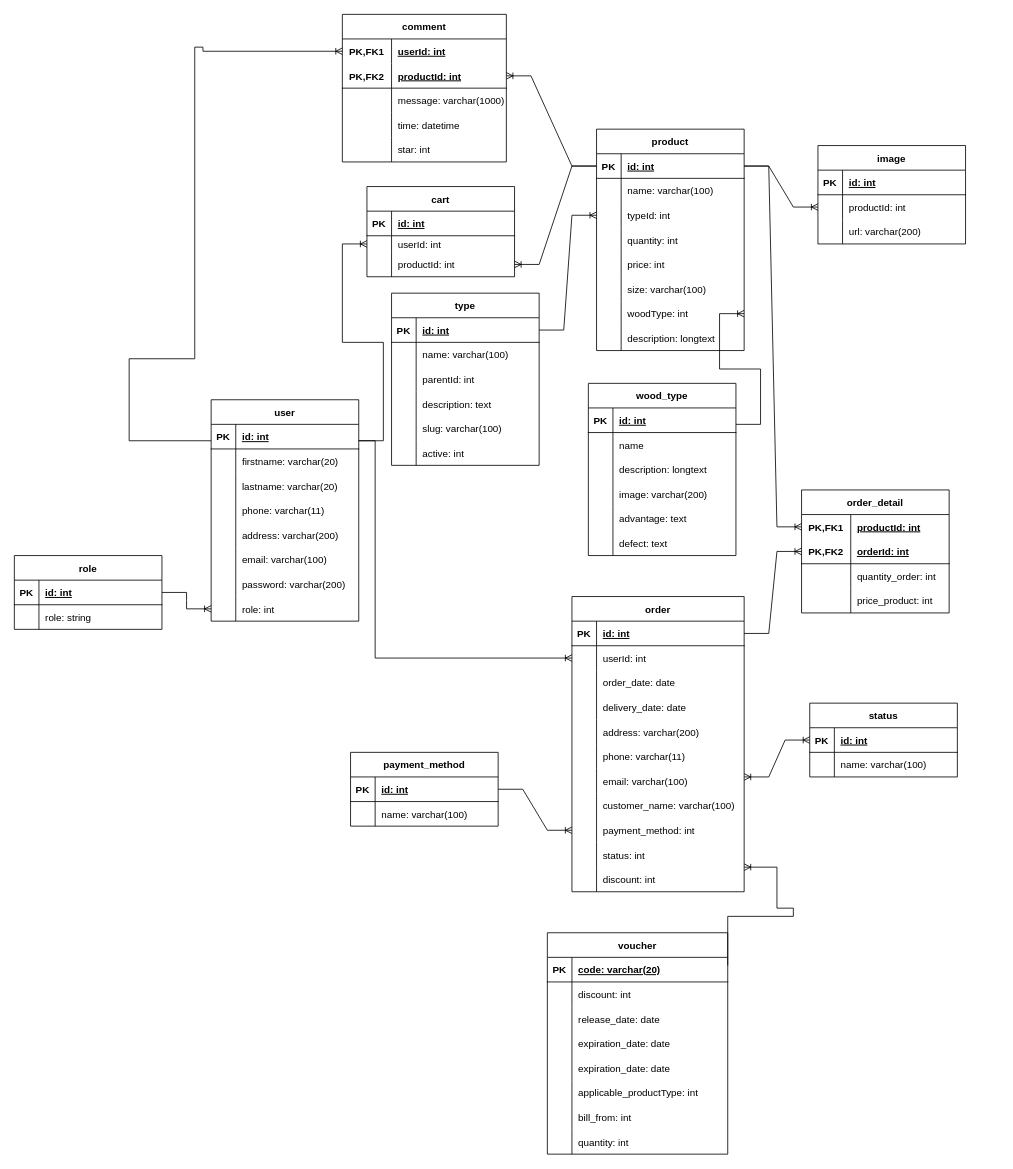
Above: MocPhuc.drawio in phanphuc2210/MocPhuc_Angular (draw.io), before the change. Source tidied: cells renumbered, new cells numbered last; positions are measured from the earlier drawing's top-left corner, leaving out a move shared by most shapes. Both pictures are drawn from the tidied source at 82%, with x=0, y=0 at pixel (14, 14).
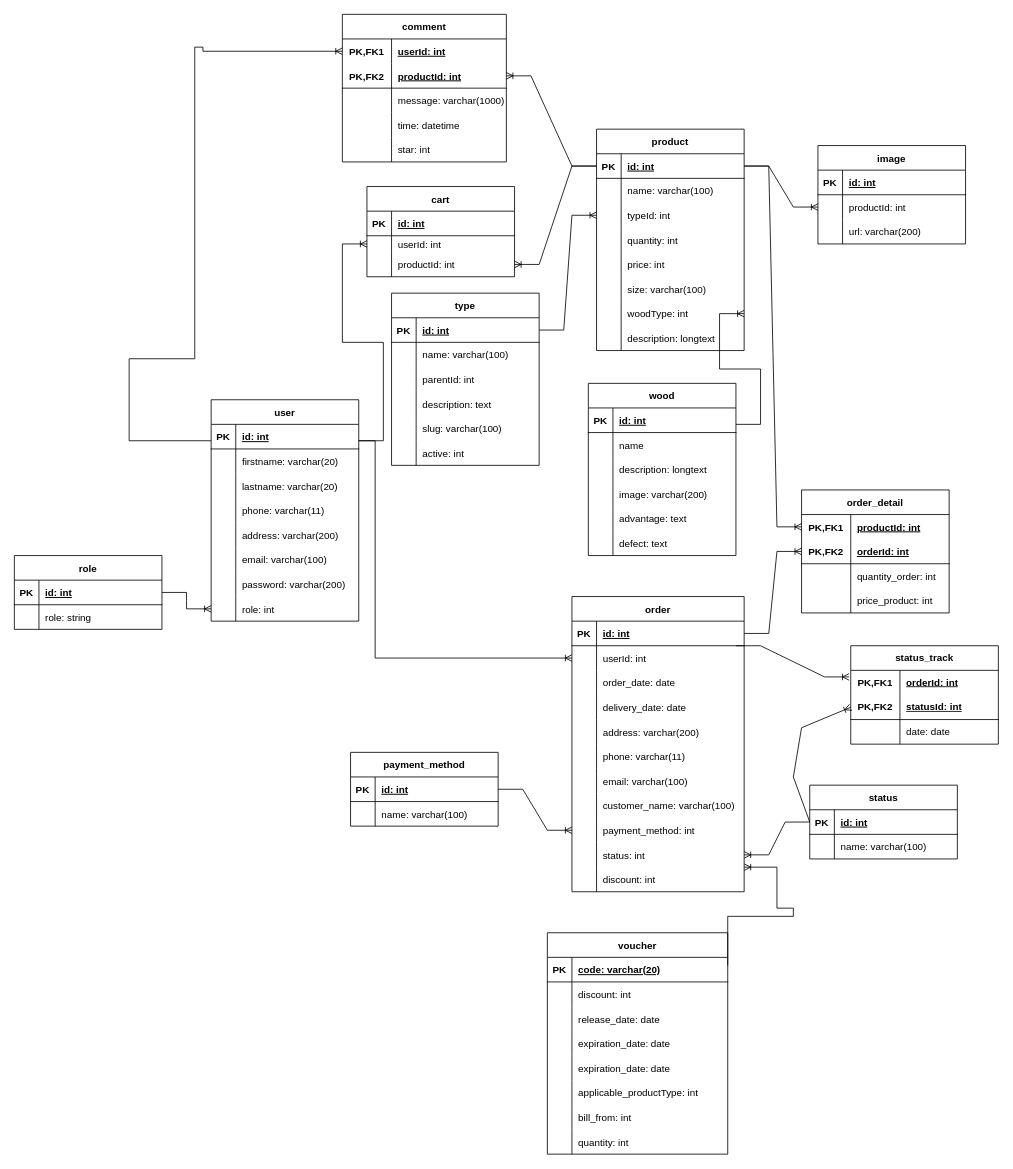
The same page after the edit.

Unchanged cells that the change refers to:
```xml
<mxCell id="65" style="shape=tableRow;horizontal=0;startSize=0;swimlaneHead=0;swimlaneBody=0;fillColor=none;points=[[0,0.5],[1,0.5]];portConstraint=eastwest;top=0;left=0;right=0;bottom=0;" parent="37" vertex="1">
  <mxGeometry y="300" width="210" height="30" as="geometry" />
</mxCell>
<mxCell id="127" style="shape=tableRow;horizontal=0;startSize=0;swimlaneHead=0;swimlaneBody=0;fillColor=none;points=[[0,0.5],[1,0.5]];portConstraint=eastwest;top=0;left=0;right=0;bottom=1;" parent="126" vertex="1">
  <mxGeometry y="30" width="180" height="30" as="geometry" />
</mxCell>
```

What changed in the source:
```diff
@@
     <mxCell id="126" value="status" style="shape=table;startSize=30;childLayout=tableLayout;rowLines=0;fontStyle=1;align=center;" parent="1" vertex="1">
-      <mxGeometry x="970" y="840" width="180" height="90" as="geometry" />
+      <mxGeometry x="970" y="940" width="180" height="90" as="geometry" />
     </mxCell>
@@
-    <mxCell id="155" style="edgeStyle=entityRelationEdgeStyle;fontSize=12;html=1;endArrow=ERoneToMany;startArrow=ERoneToMany;rounded=0;entryX=0;entryY=0.5;entryDx=0;entryDy=0;" parent="1" edge="1" target="126">
-      <mxGeometry relative="1" as="geometry">
-        <mxPoint x="890" y="930" as="sourcePoint" />
-      </mxGeometry>
-    </mxCell>
@@
-    <mxCell id="184" value="wood_type" style="shape=table;startSize=30;childLayout=tableLayout;rowLines=0;fontStyle=1;align=center;" parent="1" vertex="1">
+    <mxCell id="184" value="wood" style="shape=table;startSize=30;childLayout=tableLayout;rowLines=0;fontStyle=1;align=center;" parent="1" vertex="1">
       <mxGeometry x="700" y="450" width="180" height="210" as="geometry" />
     </mxCell>
@@
+    <mxCell id="233" value="status_track" style="shape=table;startSize=30;childLayout=tableLayout;rowLines=0;fontStyle=1;align=center;html=1;whiteSpace=wrap;" parent="1" vertex="1">
+      <mxGeometry x="1020" y="770" width="180" height="120" as="geometry" />
+    </mxCell>
+    <mxCell id="234" style="shape=tableRow;horizontal=0;startSize=0;swimlaneHead=0;swimlaneBody=0;fillColor=none;points=[[0,0.5],[1,0.5]];portConstraint=eastwest;top=0;left=0;right=0;bottom=0;html=1;" parent="233" vertex="1">
+      <mxGeometry y="30" width="180" height="30" as="geometry" />
+    </mxCell>
+    <mxCell id="235" value="PK,FK1" style="shape=partialRectangle;fillColor=none;top=0;left=0;bottom=0;right=0;fontStyle=1;overflow=hidden;html=1;whiteSpace=wrap;" parent="234" vertex="1">
+      <mxGeometry width="60" height="30" as="geometry" />
+    </mxCell>
+    <mxCell id="236" value="orderId: int" style="shape=partialRectangle;fillColor=none;top=0;left=0;bottom=0;right=0;align=left;spacingLeft=6;fontStyle=5;overflow=hidden;html=1;whiteSpace=wrap;" parent="234" vertex="1">
+      <mxGeometry x="60" width="120" height="30" as="geometry" />
+    </mxCell>
+    <mxCell id="237" style="shape=tableRow;horizontal=0;startSize=0;swimlaneHead=0;swimlaneBody=0;fillColor=none;points=[[0,0.5],[1,0.5]];portConstraint=eastwest;top=0;left=0;right=0;bottom=1;html=1;" parent="233" vertex="1">
+      <mxGeometry y="60" width="180" height="30" as="geometry" />
+    </mxCell>
+    <mxCell id="238" value="PK,FK2" style="shape=partialRectangle;fillColor=none;top=0;left=0;bottom=0;right=0;fontStyle=1;overflow=hidden;html=1;whiteSpace=wrap;" parent="237" vertex="1">
+      <mxGeometry width="60" height="30" as="geometry" />
+    </mxCell>
+    <mxCell id="239" value="statusId: int" style="shape=partialRectangle;fillColor=none;top=0;left=0;bottom=0;right=0;align=left;spacingLeft=6;fontStyle=5;overflow=hidden;html=1;whiteSpace=wrap;" parent="237" vertex="1">
+      <mxGeometry x="60" width="120" height="30" as="geometry" />
+    </mxCell>
+    <mxCell id="240" style="shape=tableRow;horizontal=0;startSize=0;swimlaneHead=0;swimlaneBody=0;fillColor=none;top=0;left=0;right=0;bottom=0;html=1;" parent="233" vertex="1">
+      <mxGeometry y="90" width="180" height="30" as="geometry" />
+    </mxCell>
+    <mxCell id="241" style="shape=partialRectangle;fillColor=none;top=0;left=0;bottom=0;right=0;overflow=hidden;html=1;whiteSpace=wrap;" parent="240" vertex="1">
+      <mxGeometry width="60" height="30" as="geometry" />
+    </mxCell>
+    <mxCell id="242" value="date: date" style="shape=partialRectangle;fillColor=none;top=0;left=0;bottom=0;right=0;align=left;spacingLeft=6;overflow=hidden;html=1;whiteSpace=wrap;" parent="240" vertex="1">
+      <mxGeometry x="60" width="120" height="30" as="geometry" />
+    </mxCell>
+    <mxCell id="243" style="edgeStyle=entityRelationEdgeStyle;fontSize=12;html=1;endArrow=ERoneToMany;rounded=0;entryX=1;entryY=0.5;entryDx=0;entryDy=0;" parent="1" edge="1" source="127" target="65">
+      <mxGeometry relative="1" as="geometry" />
+    </mxCell>
+    <mxCell id="244" style="edgeStyle=entityRelationEdgeStyle;fontSize=12;html=1;endArrow=ERoneToMany;rounded=0;entryX=-0.011;entryY=0.267;entryDx=0;entryDy=0;entryPerimeter=0;" parent="1" edge="1" target="234">
+      <mxGeometry relative="1" as="geometry">
+        <mxPoint x="880" y="770" as="sourcePoint" />
+      </mxGeometry>
+    </mxCell>
+    <mxCell id="245" style="fontSize=12;html=1;endArrow=ERoneToMany;rounded=0;entryX=0;entryY=0.5;entryDx=0;entryDy=0;exitX=0;exitY=0.5;exitDx=0;exitDy=0;" parent="1" edge="1" source="127" target="237">
+      <mxGeometry relative="1" as="geometry">
+        <Array as="points">
+          <mxPoint x="950" y="930" />
+          <mxPoint x="960" y="870" />
+        </Array>
+      </mxGeometry>
+    </mxCell>
```
